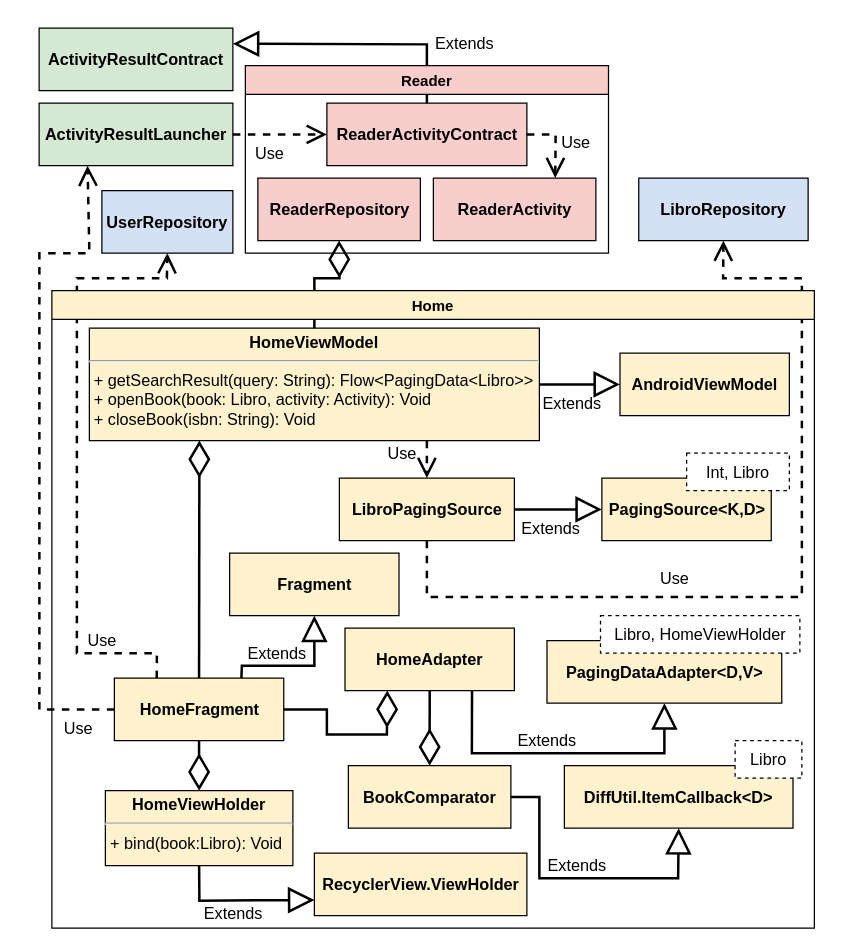
Above: page "24-androidviewuml" (16 of 17) of tesi.drawio in paganellif/tesi-paganelli (draw.io), before the change. Source tidied: cells renumbered, new cells numbered last; positions are measured from the earlier drawing's top-left corner, leaving out a move shared by most shapes. Both pictures are drawn from the tidied source at 125%, with x=0, y=0 at pixel (39, 28).
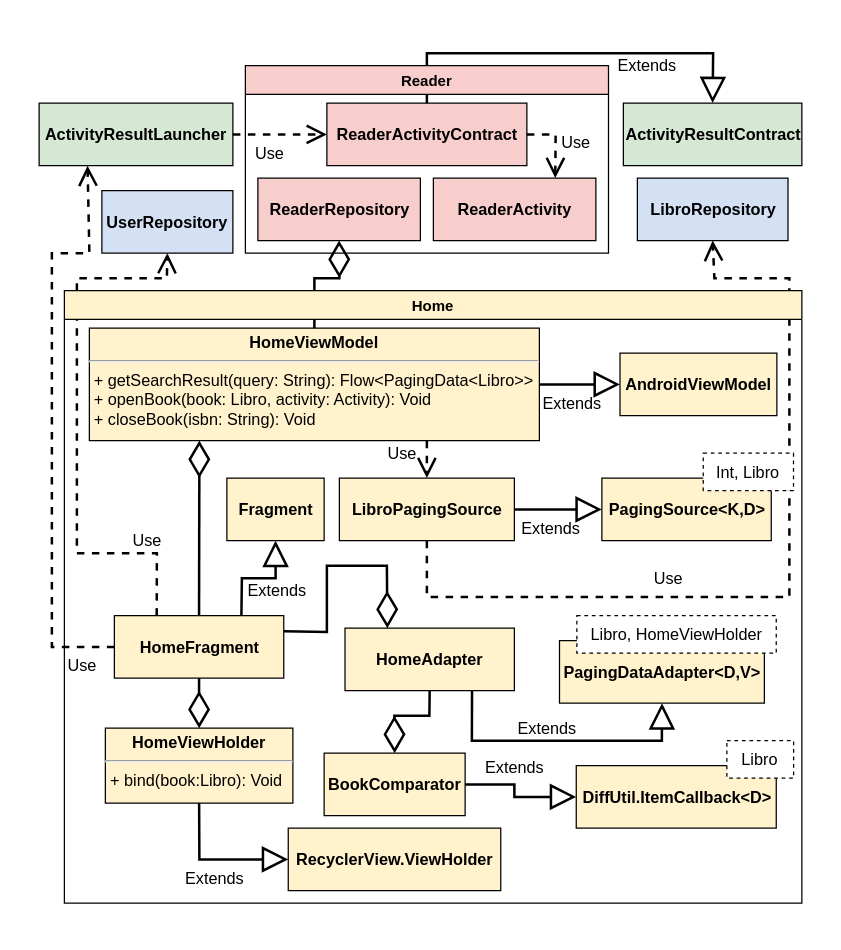
The same diagram, later.

The change refers to these unchanged cells:
```xml
<mxCell id="14" value="&lt;b&gt;LibroPagingSource&lt;/b&gt;" style="html=1;rounded=0;fontSize=13;fontColor=default;strokeColor=default;fillColor=#FFF2CC;" parent="1" vertex="1">
  <mxGeometry x="240" y="360" width="140" height="50" as="geometry" />
</mxCell>
<mxCell id="15" value="&lt;b&gt;HomeAdapter&lt;/b&gt;" style="html=1;rounded=0;fontSize=13;fontColor=default;strokeColor=default;fillColor=#FFF2CC;" parent="1" vertex="1">
  <mxGeometry x="244.5" y="480" width="135.5" height="50" as="geometry" />
</mxCell>
<mxCell id="20" value="&lt;b&gt;UserRepository&lt;/b&gt;" style="html=1;rounded=0;fontSize=13;strokeColor=#000000;fillColor=#D4E1F5;" parent="1" vertex="1">
  <mxGeometry x="50" y="130" width="104.8" height="50" as="geometry" />
</mxCell>
<mxCell id="34" value="&lt;b&gt;ActivityResultLauncher&lt;/b&gt;" style="html=1;rounded=0;fontSize=13;strokeColor=#000000;fillColor=#d5e8d4;" parent="1" vertex="1">
  <mxGeometry x="-0.2" y="60" width="155" height="50" as="geometry" />
</mxCell>
<mxCell id="38" value="&lt;b&gt;ReaderActivityContract&lt;/b&gt;" style="html=1;rounded=0;fontSize=13;fontColor=default;strokeColor=default;fillColor=#F8CECC;" parent="1" vertex="1">
  <mxGeometry x="230" y="60" width="160" height="50" as="geometry" />
</mxCell>
```

The edit, as a diff of the source:
```diff
@@
-    <mxCell id="4" value="Int, Libro" style="rounded=0;whiteSpace=wrap;html=1;dashed=1;fontSize=13;" parent="1" vertex="1">
-      <mxGeometry x="517.8" y="340" width="82.2" height="30" as="geometry" />
-    </mxCell>
     <mxCell id="5" value="&lt;b&gt;LibroRepository&lt;/b&gt;" style="html=1;rounded=0;fontSize=13;strokeColor=#000000;fillColor=#D4E1F5;" parent="1" vertex="1">
-      <mxGeometry x="479.5" y="120" width="135.5" height="50" as="geometry" />
+      <mxGeometry x="478.4" y="120" width="120.5" height="50" as="geometry" />
     </mxCell>
@@
     <mxCell id="7" value="&lt;b&gt;AndroidViewModel&lt;/b&gt;" style="html=1;rounded=0;fontSize=13;fontColor=default;strokeColor=default;fillColor=#FFF2CC;" parent="1" vertex="1">
-      <mxGeometry x="464.5" y="260" width="135.5" height="50" as="geometry" />
+      <mxGeometry x="464.5" y="260" width="125.5" height="50" as="geometry" />
     </mxCell>
@@
-    <mxCell id="11" value="&lt;b&gt;Fragment&lt;/b&gt;" style="html=1;rounded=0;fontSize=13;fontColor=default;strokeColor=default;fillColor=#FFF2CC;" parent="1" vertex="1">
-      <mxGeometry x="152.2" y="420" width="135.5" height="50" as="geometry" />
-    </mxCell>
-    <mxCell id="12" value="Extends" style="endArrow=block;endSize=16;endFill=0;html=1;rounded=0;labelBackgroundColor=none;fontSize=13;fontColor=default;strokeWidth=2;exitX=0.75;exitY=0;exitDx=0;exitDy=0;entryX=0.5;entryY=1;entryDx=0;entryDy=0;" parent="1" edge="1" source="29" target="11">
-      <mxGeometry x="-0.3" y="10" relative="1" as="geometry">
-        <Array as="points">
-          <mxPoint x="162" y="510" />
-          <mxPoint x="220" y="510" />
-        </Array>
-      </mxGeometry>
-    </mxCell>
@@
     <mxCell id="16" value="Extends" style="endArrow=block;endSize=16;endFill=0;html=1;rounded=0;labelBackgroundColor=none;fontSize=13;fontColor=default;strokeWidth=2;exitX=0.75;exitY=1;exitDx=0;exitDy=0;entryX=0.5;entryY=1;entryDx=0;entryDy=0;" parent="1" edge="1" source="15" target="23">
       <mxGeometry x="-0.1" y="10" relative="1" as="geometry">
         <Array as="points">
-          <mxPoint x="346" y="580" />
-          <mxPoint x="500" y="580" />
+          <mxPoint x="346" y="570" />
+          <mxPoint x="498" y="570" />
         </Array>
       </mxGeometry>
     </mxCell>
-    <mxCell id="17" style="endArrow=diamondThin;endFill=0;endSize=24;html=1;rounded=0;fontSize=13;entryX=0.25;entryY=1;entryDx=0;entryDy=0;exitX=1;exitY=0.5;exitDx=0;exitDy=0;strokeWidth=2;" parent="1" edge="1" source="29" target="15">
+    <mxCell id="17" style="endArrow=diamondThin;endFill=0;endSize=24;html=1;rounded=0;fontSize=13;entryX=0.25;entryY=0;entryDx=0;entryDy=0;exitX=1;exitY=0.25;exitDx=0;exitDy=0;strokeWidth=2;" parent="1" edge="1" source="29" target="15">
       <mxGeometry relative="1" as="geometry">
         <Array as="points">
-          <mxPoint x="230" y="545" />
-          <mxPoint x="230" y="565" />
-          <mxPoint x="278" y="565" />
+          <mxPoint x="230" y="483" />
+          <mxPoint x="230" y="430" />
+          <mxPoint x="278" y="430" />
         </Array>
       </mxGeometry>
     </mxCell>
-    <mxCell id="18" style="endArrow=diamondThin;endFill=0;endSize=24;html=1;rounded=0;fontSize=13;entryX=0.5;entryY=0;entryDx=0;entryDy=0;exitX=0.5;exitY=1;exitDx=0;exitDy=0;strokeWidth=2;" parent="1" edge="1" source="15" target="25">
-      <mxGeometry relative="1" as="geometry" />
+    <mxCell id="18" style="endArrow=diamondThin;endFill=0;endSize=24;html=1;rounded=0;fontSize=13;exitX=0.5;exitY=1;exitDx=0;exitDy=0;strokeWidth=2;entryX=0.5;entryY=0;entryDx=0;entryDy=0;" parent="1" edge="1" source="15" target="25">
+      <mxGeometry relative="1" as="geometry">
+        <Array as="points">
+          <mxPoint x="312" y="550" />
+          <mxPoint x="284" y="550" />
+        </Array>
+      </mxGeometry>
     </mxCell>
     <mxCell id="19" value="Use" style="endArrow=open;endSize=12;dashed=1;html=1;rounded=0;labelBackgroundColor=none;fontSize=13;fontColor=default;strokeWidth=2;exitX=0.5;exitY=1;exitDx=0;exitDy=0;entryX=0.5;entryY=1;entryDx=0;entryDy=0;" parent="1" edge="1" source="14" target="5">
       <mxGeometry x="-0.3" y="15" relative="1" as="geometry">
         <Array as="points">
           <mxPoint x="310" y="455" />
-          <mxPoint x="610" y="455" />
-          <mxPoint x="610" y="200" />
-          <mxPoint x="547" y="200" />
+          <mxPoint x="600" y="455" />
+          <mxPoint x="600" y="200" />
+          <mxPoint x="540" y="200" />
         </Array>
       </mxGeometry>
     </mxCell>
@@
     <mxCell id="21" value="Use" style="endArrow=open;endSize=12;dashed=1;html=1;rounded=0;labelBackgroundColor=none;fontSize=13;fontColor=default;strokeWidth=2;exitX=0.25;exitY=0;exitDx=0;exitDy=0;entryX=0.5;entryY=1;entryDx=0;entryDy=0;" parent="1" edge="1" source="29" target="20">
       <mxGeometry x="-0.73" y="-10" relative="1" as="geometry">
         <Array as="points">
-          <mxPoint x="94" y="500" />
-          <mxPoint x="30" y="500" />
+          <mxPoint x="94" y="420" />
+          <mxPoint x="30" y="420" />
           <mxPoint x="30" y="200" />
           <mxPoint x="102" y="200" />
         </Array>
       </mxGeometry>
     </mxCell>
     <mxCell id="22" value="Home" style="swimlane;strokeColor=#000000;fillColor=#FFF2CC;gradientColor=none;" parent="1" vertex="1">
-      <mxGeometry x="10" y="210" width="610" height="510" as="geometry" />
+      <mxGeometry x="20" y="210" width="590" height="490" as="geometry" />
     </mxCell>
     <mxCell id="23" value="&lt;b&gt;PagingDataAdapter&amp;lt;D,V&amp;gt;&lt;/b&gt;" style="html=1;rounded=0;fontSize=13;fontColor=default;strokeColor=default;fillColor=#FFF2CC;" parent="22" vertex="1">
-      <mxGeometry x="396.1" y="280" width="187.8" height="50" as="geometry" />
+      <mxGeometry x="396.1" y="280" width="163.9" height="50" as="geometry" />
     </mxCell>
     <mxCell id="24" value="Libro, HomeViewHolder" style="rounded=0;whiteSpace=wrap;html=1;dashed=1;fontSize=13;" parent="22" vertex="1">
-      <mxGeometry x="438.9" y="260" width="159.5" height="30" as="geometry" />
+      <mxGeometry x="410" y="260" width="159.5" height="30" as="geometry" />
     </mxCell>
-    <mxCell id="25" value="&lt;b&gt;BookComparator&lt;/b&gt;" style="html=1;rounded=0;fontSize=13;fontColor=default;strokeColor=default;fillColor=#FFF2CC;" parent="22" vertex="1">
-      <mxGeometry x="237.2" y="380" width="130" height="50" as="geometry" />
-    </mxCell>
     <mxCell id="26" value="&lt;b&gt;DiffUtil.ItemCallback&amp;lt;D&amp;gt;&lt;/b&gt;" style="html=1;rounded=0;fontSize=13;fontColor=default;strokeColor=default;fillColor=#FFF2CC;" parent="22" vertex="1">
-      <mxGeometry x="410" y="380" width="182.9" height="50" as="geometry" />
+      <mxGeometry x="409.5" y="380" width="160" height="50" as="geometry" />
     </mxCell>
     <mxCell id="27" value="Libro" style="rounded=0;whiteSpace=wrap;html=1;dashed=1;fontSize=13;" parent="22" vertex="1">
-      <mxGeometry x="546.6" y="360" width="53.4" height="30" as="geometry" />
+      <mxGeometry x="530" y="360" width="53.4" height="30" as="geometry" />
     </mxCell>
-    <mxCell id="28" value="Extends" style="endArrow=block;endSize=16;endFill=0;html=1;rounded=0;labelBackgroundColor=none;fontSize=13;fontColor=default;strokeWidth=2;entryX=0.5;entryY=1;entryDx=0;entryDy=0;exitX=1;exitY=0.5;exitDx=0;exitDy=0;" parent="22" edge="1" source="25" target="26">
-      <mxGeometry x="-0.01" y="10" relative="1" as="geometry">
+    <mxCell id="28" value="Extends" style="endArrow=block;endSize=16;endFill=0;html=1;rounded=0;labelBackgroundColor=none;fontSize=13;fontColor=default;strokeWidth=2;entryX=0;entryY=0.5;entryDx=0;entryDy=0;exitX=1;exitY=0.5;exitDx=0;exitDy=0;" parent="22" edge="1" source="25" target="26">
+      <mxGeometry x="-0.2" y="-15" relative="1" as="geometry">
         <Array as="points">
-          <mxPoint x="390" y="405" />
-          <mxPoint x="390" y="470" />
-          <mxPoint x="501" y="470" />
+          <mxPoint x="360" y="395" />
+          <mxPoint x="360" y="405" />
         </Array>
+        <mxPoint x="15" y="-15" as="offset" />
       </mxGeometry>
     </mxCell>
-    <mxCell id="29" value="&lt;b&gt;HomeFragment&lt;/b&gt;" style="html=1;rounded=0;fontSize=13;fontColor=default;strokeColor=default;fillColor=#FFF2CC;" parent="22" vertex="1">
-      <mxGeometry x="50" y="310" width="135.5" height="50" as="geometry" />
-    </mxCell>
     <mxCell id="30" value="&lt;p style=&quot;margin: 4px 0px 0px; text-align: center;&quot;&gt;&lt;b&gt;HomeViewHolder&lt;/b&gt;&lt;/p&gt;&lt;hr style=&quot;&quot;&gt;&lt;p style=&quot;margin: 0px 0px 0px 4px;&quot;&gt;&lt;span style=&quot;background-color: initial;&quot;&gt;&lt;font style=&quot;font-size: 13px;&quot;&gt;+ bind(book:Libro): Void&lt;/font&gt;&lt;/span&gt;&lt;/p&gt;" style="verticalAlign=top;align=left;overflow=fill;fontSize=13;fontFamily=Helvetica;html=1;fillColor=#FFF2CC;strokeColor=#000000;strokeWidth=1;" parent="22" vertex="1">
-      <mxGeometry x="42.8" y="400" width="150" height="60" as="geometry" />
+      <mxGeometry x="32.8" y="350" width="150" height="60" as="geometry" />
     </mxCell>
@@
     <mxCell id="32" value="&lt;b&gt;RecyclerView.ViewHolder&lt;/b&gt;" style="html=1;rounded=0;fontSize=13;fontColor=default;strokeColor=default;fillColor=#FFF2CC;" parent="22" vertex="1">
-      <mxGeometry x="210" y="450" width="170" height="50" as="geometry" />
+      <mxGeometry x="179.1" y="430" width="170" height="50" as="geometry" />
     </mxCell>
-    <mxCell id="33" value="Extends" style="endArrow=block;endSize=16;endFill=0;html=1;rounded=0;labelBackgroundColor=none;fontSize=13;fontColor=default;strokeWidth=2;entryX=0;entryY=0.75;entryDx=0;entryDy=0;exitX=0.5;exitY=1;exitDx=0;exitDy=0;" parent="22" edge="1" source="30" target="32">
-      <mxGeometry x="-0.09" y="-10" relative="1" as="geometry">
+    <mxCell id="33" value="Extends" style="endArrow=block;endSize=16;endFill=0;html=1;rounded=0;labelBackgroundColor=none;fontSize=13;fontColor=default;strokeWidth=2;exitX=0.5;exitY=1;exitDx=0;exitDy=0;entryX=0;entryY=0.5;entryDx=0;entryDy=0;" parent="22" edge="1" source="30" target="32">
+      <mxGeometry x="-0.02" y="-15" relative="1" as="geometry">
         <Array as="points">
-          <mxPoint x="118" y="488" />
+          <mxPoint x="108" y="455" />
         </Array>
       </mxGeometry>
     </mxCell>
+    <mxCell id="4" value="Int, Libro" style="rounded=0;whiteSpace=wrap;html=1;dashed=1;fontSize=13;" parent="22" vertex="1">
+      <mxGeometry x="511.1" y="130" width="72.2" height="30" as="geometry" />
+    </mxCell>
+    <mxCell id="11" value="&lt;b&gt;Fragment&lt;/b&gt;" style="html=1;rounded=0;fontSize=13;fontColor=default;strokeColor=default;fillColor=#FFF2CC;" parent="22" vertex="1">
+      <mxGeometry x="130" y="150" width="77.8" height="50" as="geometry" />
+    </mxCell>
+    <mxCell id="29" value="&lt;b&gt;HomeFragment&lt;/b&gt;" style="html=1;rounded=0;fontSize=13;fontColor=default;strokeColor=default;fillColor=#FFF2CC;" parent="22" vertex="1">
+      <mxGeometry x="40" y="260" width="135.5" height="50" as="geometry" />
+    </mxCell>
+    <mxCell id="12" value="Extends" style="endArrow=block;endSize=16;endFill=0;html=1;rounded=0;labelBackgroundColor=none;fontSize=13;fontColor=default;strokeWidth=2;entryX=0.5;entryY=1;entryDx=0;entryDy=0;exitX=0.75;exitY=0;exitDx=0;exitDy=0;" parent="22" edge="1" source="29" target="11">
+      <mxGeometry x="0.31" y="-10" relative="1" as="geometry">
+        <Array as="points">
+          <mxPoint x="142" y="230" />
+          <mxPoint x="169" y="230" />
+        </Array>
+        <mxPoint x="-9" y="10" as="offset" />
+      </mxGeometry>
+    </mxCell>
+    <mxCell id="25" value="&lt;b&gt;BookComparator&lt;/b&gt;" style="html=1;rounded=0;fontSize=13;fontColor=default;strokeColor=default;fillColor=#FFF2CC;" parent="22" vertex="1">
+      <mxGeometry x="207.8" y="370" width="112.8" height="50" as="geometry" />
+    </mxCell>
@@
-    <mxCell id="35" value="Use" style="endArrow=open;endSize=12;dashed=1;html=1;rounded=0;labelBackgroundColor=none;fontSize=13;fontColor=default;strokeWidth=2;exitX=0;exitY=0.5;exitDx=0;exitDy=0;entryX=0.25;entryY=1;entryDx=0;entryDy=0;" parent="1" edge="1" source="29" target="34">
+    <mxCell id="35" value="Use" style="endArrow=open;endSize=12;dashed=1;html=1;rounded=0;labelBackgroundColor=none;fontSize=13;fontColor=default;strokeWidth=2;entryX=0.25;entryY=1;entryDx=0;entryDy=0;exitX=0;exitY=0.5;exitDx=0;exitDy=0;" parent="1" edge="1" source="29" target="34">
       <mxGeometry x="-0.89" y="15" relative="1" as="geometry">
         <Array as="points">
-          <mxPoint y="545" />
-          <mxPoint y="180" />
+          <mxPoint x="10" y="495" />
+          <mxPoint x="10" y="180" />
           <mxPoint x="40" y="180" />
         </Array>
       </mxGeometry>
     </mxCell>
@@
     <mxCell id="37" value="&lt;b&gt;ActivityResultContract&lt;/b&gt;" style="html=1;rounded=0;fontSize=13;strokeColor=#000000;fillColor=#d5e8d4;" parent="1" vertex="1">
-      <mxGeometry x="-0.2" width="155" height="50" as="geometry" />
+      <mxGeometry x="467.2" y="60" width="142.8" height="50" as="geometry" />
     </mxCell>
@@
-    <mxCell id="42" value="Extends" style="endArrow=block;endSize=16;endFill=0;html=1;rounded=0;labelBackgroundColor=none;fontSize=13;fontColor=default;strokeWidth=2;entryX=1;entryY=0.25;entryDx=0;entryDy=0;exitX=0.5;exitY=0;exitDx=0;exitDy=0;" parent="1" edge="1" source="38" target="37">
-      <mxGeometry x="-0.54" y="-30" relative="1" as="geometry">
+    <mxCell id="42" value="Extends" style="endArrow=block;endSize=16;endFill=0;html=1;rounded=0;labelBackgroundColor=none;fontSize=13;fontColor=default;strokeWidth=2;entryX=0.5;entryY=0;entryDx=0;entryDy=0;exitX=0.5;exitY=0;exitDx=0;exitDy=0;" parent="1" edge="1" source="38" target="37">
+      <mxGeometry x="0.4" y="-10" relative="1" as="geometry">
         <Array as="points">
-          <mxPoint x="310" y="13" />
+          <mxPoint x="310" y="20" />
+          <mxPoint x="539" y="20" />
         </Array>
-        <mxPoint x="30" y="29" as="offset" />
       </mxGeometry>
     </mxCell>
```
